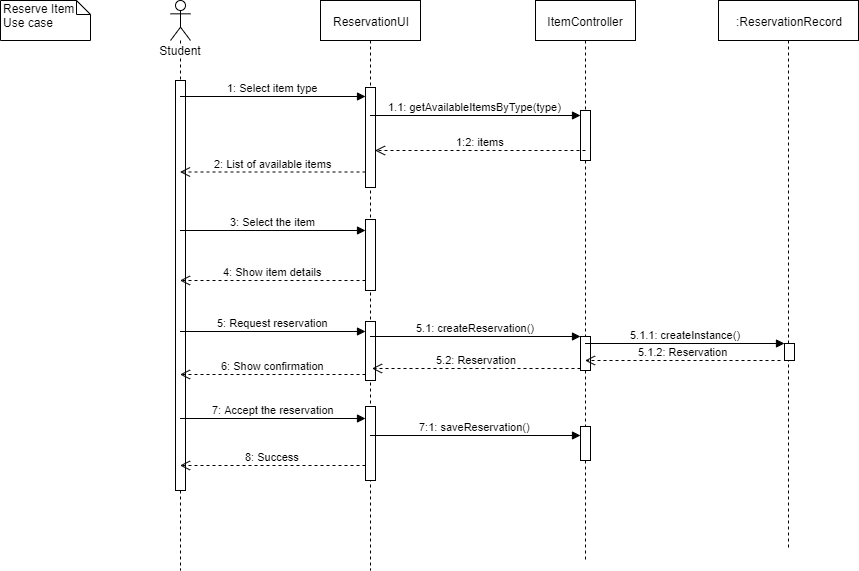
This is docs/Sequence Diagrams/MUM Life - Sequence Diagram - Reserve Item.png from jonathangetachew/MUMLife, a draw.io export, as it was before one commit. Source tidied: cells renumbered, new cells last; positions are measured from the earlier drawing's top-left corner, leaving out a move shared by most shapes. Its diagram source:
```xml
<mxGraphModel>
  <root>
    <mxCell id="0" />
    <mxCell id="1" parent="0" />
    <mxCell id="2" value="Student" style="shape=umlLifeline;participant=umlActor;perimeter=lifelinePerimeter;whiteSpace=wrap;html=1;verticalAlign=top;spacingTop=36;labelBackgroundColor=#ffffff;" parent="1" vertex="1">
      <mxGeometry x="170" width="20" height="570" as="geometry" />
    </mxCell>
    <mxCell id="3" style="html=1;perimeter=orthogonalPerimeter;" parent="2" vertex="1">
      <mxGeometry x="5" y="80" width="10" height="410" as="geometry" />
    </mxCell>
    <mxCell id="4" value="ReservationUI" style="shape=umlLifeline;perimeter=lifelinePerimeter;whiteSpace=wrap;html=1;" parent="1" vertex="1">
      <mxGeometry x="320" width="100" height="570" as="geometry" />
    </mxCell>
    <mxCell id="5" style="html=1;perimeter=orthogonalPerimeter;" parent="4" vertex="1">
      <mxGeometry x="45" y="87" width="10" height="100" as="geometry" />
    </mxCell>
    <mxCell id="6" style="html=1;perimeter=orthogonalPerimeter;" parent="4" vertex="1">
      <mxGeometry x="45" y="219" width="10" height="71" as="geometry" />
    </mxCell>
    <mxCell id="7" style="html=1;perimeter=orthogonalPerimeter;" parent="4" vertex="1">
      <mxGeometry x="45" y="321" width="10" height="59" as="geometry" />
    </mxCell>
    <mxCell id="8" style="html=1;perimeter=orthogonalPerimeter;" parent="4" vertex="1">
      <mxGeometry x="45" y="406" width="10" height="74" as="geometry" />
    </mxCell>
    <mxCell id="9" value="1: Select item type" style="html=1;verticalAlign=bottom;endArrow=block;entryX=0;entryY=0;" parent="1" edge="1">
      <mxGeometry relative="1" as="geometry">
        <mxPoint x="179.5" y="96" as="sourcePoint" />
        <mxPoint x="365" y="96" as="targetPoint" />
      </mxGeometry>
    </mxCell>
    <mxCell id="10" value="ItemController" style="shape=umlLifeline;perimeter=lifelinePerimeter;whiteSpace=wrap;html=1;outlineConnect=0;" parent="1" vertex="1">
      <mxGeometry x="535" width="100" height="560" as="geometry" />
    </mxCell>
    <mxCell id="11" style="html=1;perimeter=orthogonalPerimeter;" parent="10" vertex="1">
      <mxGeometry x="45" y="110" width="10" height="50" as="geometry" />
    </mxCell>
    <mxCell id="12" style="html=1;perimeter=orthogonalPerimeter;" parent="10" vertex="1">
      <mxGeometry x="45" y="426" width="10" height="34" as="geometry" />
    </mxCell>
    <mxCell id="13" style="html=1;points=[];perimeter=orthogonalPerimeter;" parent="10" vertex="1">
      <mxGeometry x="45" y="336" width="10" height="34" as="geometry" />
    </mxCell>
    <mxCell id="14" value="1.1: getAvailableItemsByType(type)" style="html=1;verticalAlign=bottom;endArrow=block;entryX=0;entryY=0;" parent="1" edge="1">
      <mxGeometry relative="1" as="geometry">
        <mxPoint x="369.5" y="115" as="sourcePoint" />
        <mxPoint x="580" y="115" as="targetPoint" />
      </mxGeometry>
    </mxCell>
    <mxCell id="15" value="2: List of available items" style="html=1;verticalAlign=bottom;endArrow=open;dashed=1;endSize=8;exitX=0;exitY=0.95;" parent="1" edge="1">
      <mxGeometry relative="1" as="geometry">
        <mxPoint x="365" y="171.5" as="sourcePoint" />
        <mxPoint x="179.5" y="171.5" as="targetPoint" />
      </mxGeometry>
    </mxCell>
    <mxCell id="16" value="1:2: items" style="html=1;verticalAlign=bottom;endArrow=open;dashed=1;endSize=8;exitX=0;exitY=0.95;" parent="1" edge="1">
      <mxGeometry relative="1" as="geometry">
        <mxPoint x="585" y="150" as="sourcePoint" />
        <mxPoint x="374.5" y="150" as="targetPoint" />
      </mxGeometry>
    </mxCell>
    <mxCell id="17" value="3: Select the item" style="html=1;verticalAlign=bottom;endArrow=block;entryX=0;entryY=0;" parent="1" edge="1">
      <mxGeometry relative="1" as="geometry">
        <mxPoint x="179.5" y="230" as="sourcePoint" />
        <mxPoint x="365" y="230" as="targetPoint" />
      </mxGeometry>
    </mxCell>
    <mxCell id="18" value="4: Show item details" style="html=1;verticalAlign=bottom;endArrow=open;dashed=1;endSize=8;exitX=0;exitY=0.95;" parent="1" edge="1">
      <mxGeometry relative="1" as="geometry">
        <mxPoint x="365" y="280" as="sourcePoint" />
        <mxPoint x="179.5" y="280" as="targetPoint" />
      </mxGeometry>
    </mxCell>
    <mxCell id="19" value="5: Request reservation" style="html=1;verticalAlign=bottom;endArrow=block;entryX=0;entryY=0;" parent="1" edge="1">
      <mxGeometry relative="1" as="geometry">
        <mxPoint x="179.5" y="331" as="sourcePoint" />
        <mxPoint x="365" y="331" as="targetPoint" />
      </mxGeometry>
    </mxCell>
    <mxCell id="20" value="6: Show confirmation" style="html=1;verticalAlign=bottom;endArrow=open;dashed=1;endSize=8;exitX=0;exitY=0.95;" parent="1" edge="1">
      <mxGeometry relative="1" as="geometry">
        <mxPoint x="365" y="374" as="sourcePoint" />
        <mxPoint x="179.5" y="374" as="targetPoint" />
      </mxGeometry>
    </mxCell>
    <mxCell id="21" value="7: Accept the reservation" style="html=1;verticalAlign=bottom;endArrow=block;entryX=0;entryY=0;" parent="1" edge="1">
      <mxGeometry relative="1" as="geometry">
        <mxPoint x="179.5" y="418" as="sourcePoint" />
        <mxPoint x="365" y="418" as="targetPoint" />
      </mxGeometry>
    </mxCell>
    <mxCell id="22" value="8: Success" style="html=1;verticalAlign=bottom;endArrow=open;dashed=1;endSize=8;exitX=0;exitY=0.95;" parent="1" edge="1">
      <mxGeometry relative="1" as="geometry">
        <mxPoint x="365" y="465" as="sourcePoint" />
        <mxPoint x="179.5" y="465" as="targetPoint" />
      </mxGeometry>
    </mxCell>
    <mxCell id="23" value="Reserve Item Use case" style="shape=note;whiteSpace=wrap;html=1;size=14;verticalAlign=top;align=left;spacingTop=-6;" parent="1" vertex="1">
      <mxGeometry width="90" height="40" as="geometry" />
    </mxCell>
    <mxCell id="24" value="7:1: saveReservation()" style="html=1;verticalAlign=bottom;endArrow=block;entryX=0;entryY=0;" parent="1" edge="1">
      <mxGeometry relative="1" as="geometry">
        <mxPoint x="369.5" y="435" as="sourcePoint" />
        <mxPoint x="580" y="435" as="targetPoint" />
      </mxGeometry>
    </mxCell>
    <mxCell id="25" value="5.1: createReservation()" style="html=1;verticalAlign=bottom;endArrow=block;entryX=0;entryY=0;" parent="1" edge="1" target="13">
      <mxGeometry relative="1" as="geometry">
        <mxPoint x="369.5" y="336" as="sourcePoint" />
      </mxGeometry>
    </mxCell>
    <mxCell id="26" value=":ReservationRecord" style="shape=umlLifeline;perimeter=lifelinePerimeter;whiteSpace=wrap;html=1;" parent="1" vertex="1">
      <mxGeometry x="718" width="140" height="550" as="geometry" />
    </mxCell>
    <mxCell id="27" style="html=1;points=[];perimeter=orthogonalPerimeter;" parent="26" vertex="1">
      <mxGeometry x="66" y="343" width="10" height="17" as="geometry" />
    </mxCell>
    <mxCell id="28" value="5.1.1: createInstance()" style="html=1;verticalAlign=bottom;endArrow=block;entryX=0;entryY=0;" parent="1" edge="1" source="10" target="27">
      <mxGeometry relative="1" as="geometry" />
    </mxCell>
    <mxCell id="29" value="5.1.2: Reservation" style="html=1;verticalAlign=bottom;endArrow=open;dashed=1;endSize=8;" parent="1" edge="1" target="10">
      <mxGeometry relative="1" as="geometry">
        <mxPoint x="780" y="360" as="sourcePoint" />
      </mxGeometry>
    </mxCell>
    <mxCell id="30" value="5.2: Reservation" style="html=1;verticalAlign=bottom;endArrow=open;dashed=1;endSize=8;" parent="1" edge="1">
      <mxGeometry relative="1" as="geometry">
        <mxPoint x="580" y="368" as="sourcePoint" />
        <mxPoint x="371.5" y="368" as="targetPoint" />
      </mxGeometry>
    </mxCell>
  </root>
</mxGraphModel>
```
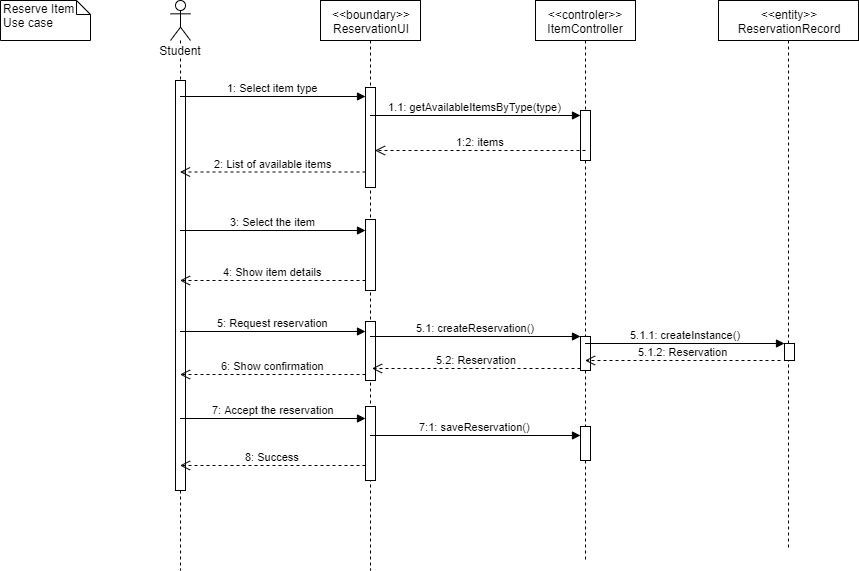
Later version of the same file.

Commit message:
Updated checkout item sequence diagram

Change to the diagram source:
```diff
@@ -8,7 +8,7 @@
     <mxCell id="3" style="html=1;perimeter=orthogonalPerimeter;" parent="2" vertex="1">
       <mxGeometry x="5" y="80" width="10" height="410" as="geometry" />
     </mxCell>
-    <mxCell id="4" value="ReservationUI" style="shape=umlLifeline;perimeter=lifelinePerimeter;whiteSpace=wrap;html=1;" parent="1" vertex="1">
+    <mxCell id="4" value="&amp;lt;&amp;lt;boundary&amp;gt;&amp;gt;&lt;br&gt;ReservationUI" style="shape=umlLifeline;perimeter=lifelinePerimeter;whiteSpace=wrap;html=1;" parent="1" vertex="1">
       <mxGeometry x="320" width="100" height="570" as="geometry" />
     </mxCell>
     <mxCell id="5" style="html=1;perimeter=orthogonalPerimeter;" parent="4" vertex="1">
@@ -29,7 +29,7 @@
         <mxPoint x="365" y="96" as="targetPoint" />
       </mxGeometry>
     </mxCell>
-    <mxCell id="10" value="ItemController" style="shape=umlLifeline;perimeter=lifelinePerimeter;whiteSpace=wrap;html=1;outlineConnect=0;" parent="1" vertex="1">
+    <mxCell id="10" value="&amp;lt;&amp;lt;controler&amp;gt;&amp;gt;&lt;br&gt;ItemController" style="shape=umlLifeline;perimeter=lifelinePerimeter;whiteSpace=wrap;html=1;outlineConnect=0;" parent="1" vertex="1">
       <mxGeometry x="535" width="100" height="560" as="geometry" />
     </mxCell>
     <mxCell id="11" style="html=1;perimeter=orthogonalPerimeter;" parent="10" vertex="1">
@@ -109,7 +109,7 @@
         <mxPoint x="369.5" y="336" as="sourcePoint" />
       </mxGeometry>
     </mxCell>
-    <mxCell id="26" value=":ReservationRecord" style="shape=umlLifeline;perimeter=lifelinePerimeter;whiteSpace=wrap;html=1;" parent="1" vertex="1">
+    <mxCell id="26" value="&amp;lt;&amp;lt;entity&amp;gt;&amp;gt;&lt;br&gt;ReservationRecord" style="shape=umlLifeline;perimeter=lifelinePerimeter;whiteSpace=wrap;html=1;" parent="1" vertex="1">
       <mxGeometry x="718" width="140" height="550" as="geometry" />
     </mxCell>
     <mxCell id="27" style="html=1;points=[];perimeter=orthogonalPerimeter;" parent="26" vertex="1">
```
